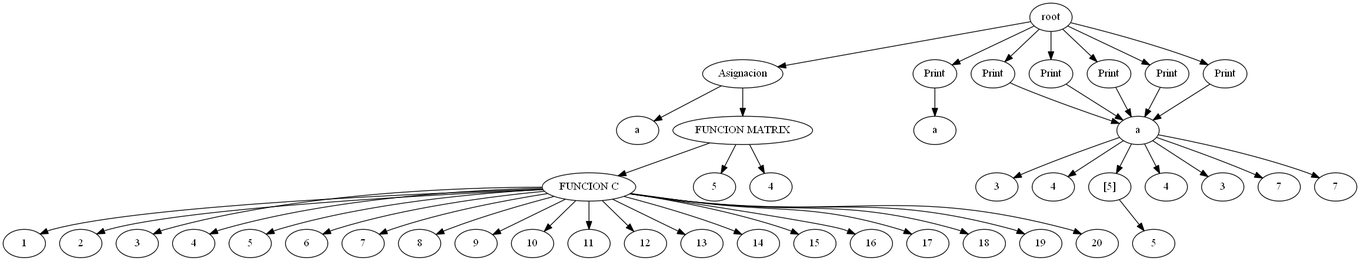
EverChicas/ARIT keeps this Graphviz diagram as SoftwareArit/AST.png. Above is the earlier version. Its source is kept beside it as SoftwareArit/AST.dot.
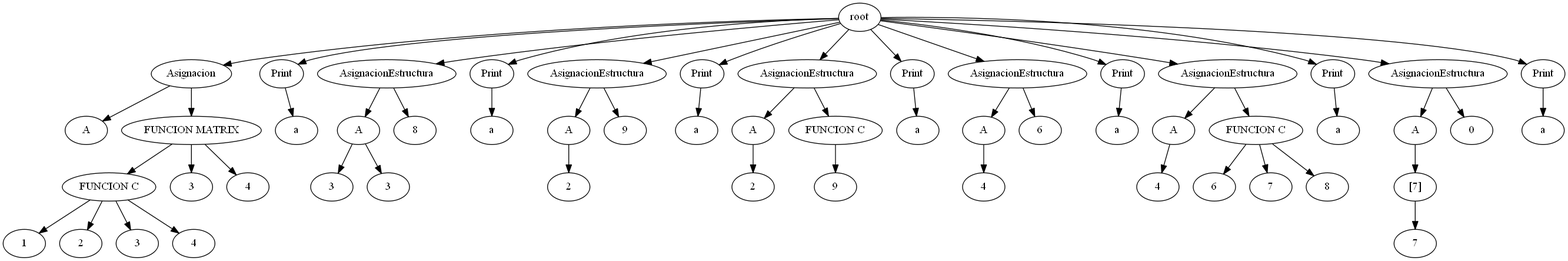
The same file after the commit.

The edit, as a diff of the source:
```diff
@@ -1,98 +1,120 @@
 digraph G{
 rankir=TD;
-42 [label = "root"];
-25 [label = "a"];
-26 [label = "Asignacion"];
-26 -> 25;
-24[label = "FUNCION MATRIX"];
-21[label = "FUNCION C"];
+55 [label = "root"];
+9 [label = "A"];
+10 [label = "Asignacion"];
+10 -> 9;
+8[label = "FUNCION MATRIX"];
+5[label = "FUNCION C"];
 1 [label = "1"];
 2 [label = "2"];
 3 [label = "3"];
 4 [label = "4"];
-5 [label = "5"];
-6 [label = "6"];
-7 [label = "7"];
-8 [label = "8"];
-9 [label = "9"];
-10 [label = "10"];
-11 [label = "11"];
-12 [label = "12"];
-13 [label = "13"];
-14 [label = "14"];
-15 [label = "15"];
-16 [label = "16"];
-17 [label = "17"];
-18 [label = "18"];
-19 [label = "19"];
-20 [label = "20"];
-21 -> 1;
-21 -> 2;
-21 -> 3;
-21 -> 4;
-21 -> 5;
-21 -> 6;
-21 -> 7;
-21 -> 8;
-21 -> 9;
-21 -> 10;
-21 -> 11;
-21 -> 12;
-21 -> 13;
-21 -> 14;
-21 -> 15;
-21 -> 16;
-21 -> 17;
-21 -> 18;
-21 -> 19;
-21 -> 20;
-22 [label = "5"];
-23 [label = "4"];
-24 -> 21;
-24 -> 22;
-24 -> 23;
-26 [label = "Asignacion"];
-26 -> 24;
-27 [label = "a"];
-28 [label = "Print"];
+5 -> 1;
+5 -> 2;
+5 -> 3;
+5 -> 4;
+6 [label = "3"];
+7 [label = "4"];
+8 -> 5;
+8 -> 6;
+8 -> 7;
+10 [label = "Asignacion"];
+10 -> 8;
+11 [label = "a"];
+12 [label = "Print"];
+12 -> 11;
+16[label = "A"];
+14 [label = "3"];
+13 [label = "3"];
+16 -> 14;
+16 -> 13;
+17 [label = "AsignacionEstructura"];
+17 -> 16;
+15 [label = "8"];
+17 [label = "AsignacionEstructura"];
+17 -> 15;
+18 [label = "a"];
+19 [label = "Print"];
+19 -> 18;
+22[label = "A"];
+20 [label = "2"];
+22 -> 20;
+23 [label = "AsignacionEstructura"];
+23 -> 22;
+21 [label = "9"];
+23 [label = "AsignacionEstructura"];
+23 -> 21;
+24 [label = "a"];
+25 [label = "Print"];
+25 -> 24;
+29[label = "A"];
+26 [label = "2"];
+29 -> 26;
+30 [label = "AsignacionEstructura"];
+30 -> 29;
+28[label = "FUNCION C"];
+27 [label = "9"];
 28 -> 27;
-null[label = "a"];
-30 [label = "3"];
-29 [label = "4"];
-null -> 30;
-null -> 29;
-31 [label = "Print"];
-31 -> null;
-null[label = "a"];
-32 [label = "5"];
-33 [label = "[5]"];
-33 -> 32;
-null -> 33;
-34 [label = "Print"];
-34 -> null;
-null[label = "a"];
-35 [label = "4"];
-null -> 35;
-36 [label = "Print"];
-36 -> null;
-null[label = "a"];
-37 [label = "3"];
-null -> 37;
+30 [label = "AsignacionEstructura"];
+30 -> 28;
+31 [label = "a"];
+32 [label = "Print"];
+32 -> 31;
+35[label = "A"];
+33 [label = "4"];
+35 -> 33;
+36 [label = "AsignacionEstructura"];
+36 -> 35;
+34 [label = "6"];
+36 [label = "AsignacionEstructura"];
+36 -> 34;
+37 [label = "a"];
 38 [label = "Print"];
-38 -> null;
-null[label = "a"];
-40 [label = "7"];
-39 [label = "7"];
-null -> 40;
-null -> 39;
-41 [label = "Print"];
-41 -> null;
-42 -> 26;
-42 -> 28;
-42 -> 31;
-42 -> 34;
-42 -> 36;
-42 -> 38;
-42 -> 41;
+38 -> 37;
+44[label = "A"];
+39 [label = "4"];
+44 -> 39;
+45 [label = "AsignacionEstructura"];
+45 -> 44;
+43[label = "FUNCION C"];
+40 [label = "6"];
+41 [label = "7"];
+42 [label = "8"];
+43 -> 40;
+43 -> 41;
+43 -> 42;
+45 [label = "AsignacionEstructura"];
+45 -> 43;
+46 [label = "a"];
+47 [label = "Print"];
+47 -> 46;
+51[label = "A"];
+48 [label = "7"];
+49 [label = "[7]"];
+49 -> 48;
+51 -> 49;
+52 [label = "AsignacionEstructura"];
+52 -> 51;
+50 [label = "0"];
+52 [label = "AsignacionEstructura"];
+52 -> 50;
+53 [label = "a"];
+54 [label = "Print"];
+54 -> 53;
+55 -> 10;
+55 -> 12;
+55 -> 17;
+55 -> 19;
+55 -> 23;
+55 -> 25;
+55 -> 30;
+55 -> 32;
+55 -> 36;
+55 -> 38;
+55 -> 45;
+55 -> 47;
+55 -> 52;
+55 -> 54;
 
 }
```
